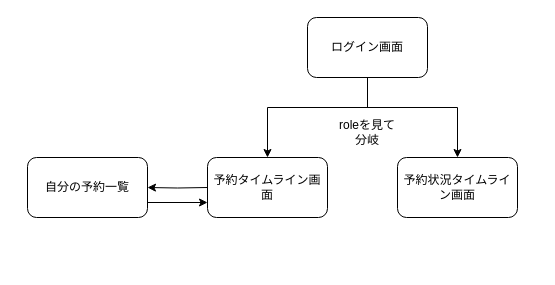
The draw.io diagram docs/画面設計/.drawio/画面遷移図.drawio.xml in monochlorobenzene2605-svg/CounselingReservationSystem, before the edit. Source tidied: cells renumbered, new cells numbered last; positions are measured from the earlier drawing's top-left corner, leaving out a move shared by most shapes. Both pictures are drawn from the tidied source at 100%, with x=0, y=0 at pixel (27, 17).
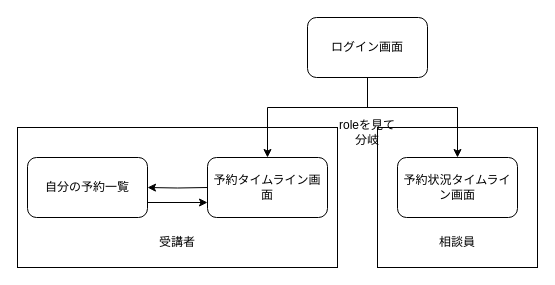
Above is the later version.

Commit message (it also covers changes not shown here):
ドキュメントの更新: 画面遷移図に受講者・相談員の要素を追加

Change to the diagram source:
```diff
@@
 <mxGraphModel>
   <root>
     <mxCell id="0" />
     <mxCell id="1" parent="0" />
+    <mxCell id="11" style="rounded=0;whiteSpace=wrap;html=1;" parent="1" vertex="1">
+      <mxGeometry x="350" y="110" width="160" height="140" as="geometry" />
+    </mxCell>
+    <mxCell id="12" style="rounded=0;whiteSpace=wrap;html=1;" parent="1" vertex="1">
+      <mxGeometry x="-10" y="110" width="320" height="140" as="geometry" />
+    </mxCell>
     <mxCell id="2" value="ログイン画面" style="rounded=1;whiteSpace=wrap;html=1;" parent="1" vertex="1">
       <mxGeometry x="280" width="120" height="60" as="geometry" />
     </mxCell>
     <mxCell id="3" style="edgeStyle=orthogonalEdgeStyle;rounded=0;jettySize=auto;html=1;" parent="1" edge="1" target="9">
       <mxGeometry relative="1" as="geometry">
         <mxPoint x="180" y="170" as="sourcePoint" />
       </mxGeometry>
     </mxCell>
     <mxCell id="4" style="endArrow=classic;startArrow=classic;html=1;rounded=0;entryX=0.5;entryY=0;entryDx=0;entryDy=0;exitX=0.5;exitY=0;exitDx=0;exitDy=0;" parent="1" edge="1">
       <mxGeometry relative="1" as="geometry">
         <mxPoint x="240" y="140" as="sourcePoint" />
         <mxPoint x="430" y="140" as="targetPoint" />
         <Array as="points">
           <mxPoint x="240" y="90" />
           <mxPoint x="430" y="90" />
         </Array>
       </mxGeometry>
     </mxCell>
     <mxCell id="5" style="endArrow=none;html=1;rounded=0;exitX=0.5;exitY=1;exitDx=0;exitDy=0;" parent="1" edge="1" source="2">
       <mxGeometry relative="1" as="geometry">
         <mxPoint x="340" y="90" as="targetPoint" />
       </mxGeometry>
     </mxCell>
     <mxCell id="6" value="roleを見て分岐" style="text;html=1;whiteSpace=wrap;strokeColor=none;fillColor=none;align=center;verticalAlign=middle;rounded=0;" parent="1" vertex="1">
       <mxGeometry x="310" y="100" width="60" height="30" as="geometry" />
     </mxCell>
     <mxCell id="7" value="予約タイムライン画面" style="whiteSpace=wrap;html=1;rounded=1;" parent="1" vertex="1">
       <mxGeometry x="180" y="140" width="120" height="60" as="geometry" />
     </mxCell>
     <mxCell id="8" value="予約状況タイムライン画面" style="whiteSpace=wrap;html=1;rounded=1;" parent="1" vertex="1">
       <mxGeometry x="370" y="140" width="120" height="60" as="geometry" />
     </mxCell>
     <mxCell id="9" value="自分の予約一覧" style="whiteSpace=wrap;html=1;rounded=1;" parent="1" vertex="1">
       <mxGeometry y="140" width="120" height="60" as="geometry" />
     </mxCell>
     <mxCell id="10" style="endArrow=classic;html=1;rounded=0;entryX=0;entryY=0.75;entryDx=0;entryDy=0;exitX=1;exitY=0.75;exitDx=0;exitDy=0;" parent="1" edge="1" source="9" target="7">
       <mxGeometry relative="1" as="geometry" />
     </mxCell>
+    <mxCell id="13" value="受講者" style="text;html=1;whiteSpace=wrap;strokeColor=none;fillColor=none;align=center;verticalAlign=middle;rounded=0;" parent="1" vertex="1">
+      <mxGeometry x="120" y="210" width="60" height="30" as="geometry" />
+    </mxCell>
+    <mxCell id="14" value="相談員" style="text;html=1;whiteSpace=wrap;strokeColor=none;fillColor=none;align=center;verticalAlign=middle;rounded=0;" parent="1" vertex="1">
+      <mxGeometry x="400" y="210" width="60" height="30" as="geometry" />
+    </mxCell>
   </root>
 </mxGraphModel>
```
